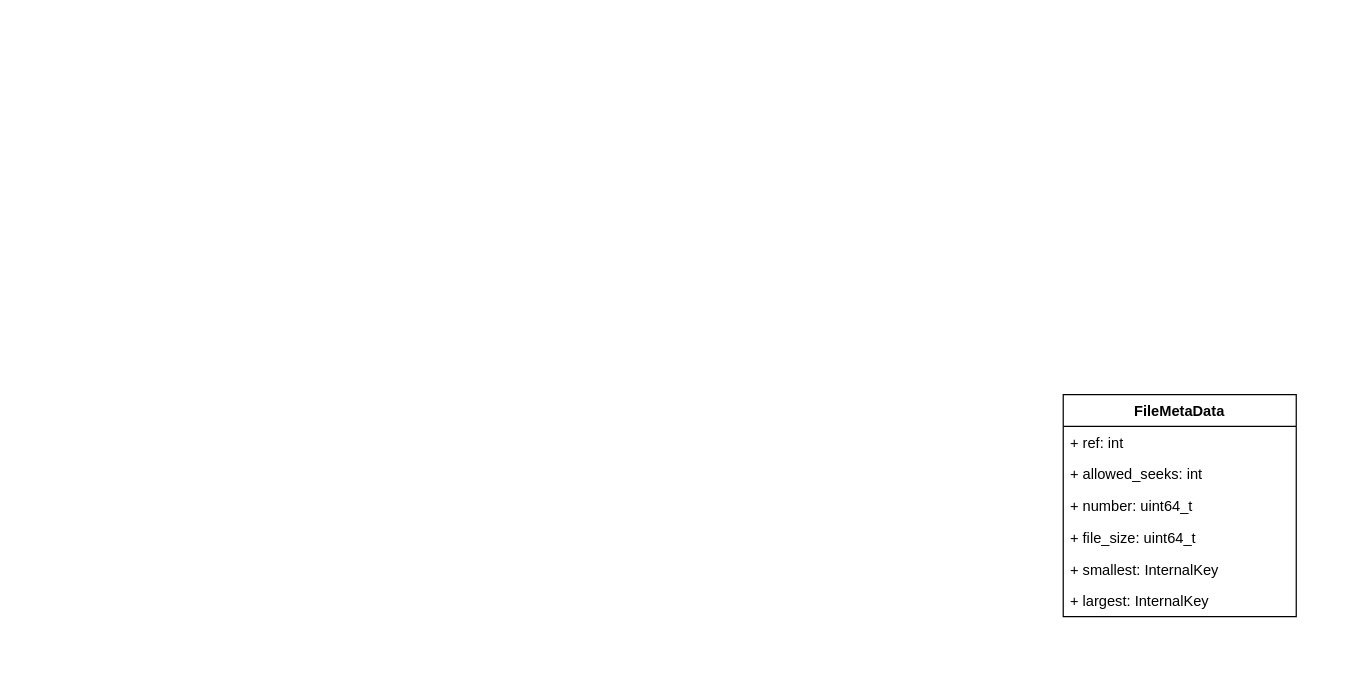
Earlier version of the draw.io diagram page "第 8 页" (8 of 8) of LevelDB Code.drawio (Holworth/DrawIO). Source tidied: cells renumbered, new cells numbered last; positions are measured from the earlier drawing's top-left corner, leaving out a move shared by most shapes. Both pictures are drawn from the tidied source at 122%, with x=0, y=0 at pixel (1063, 394).
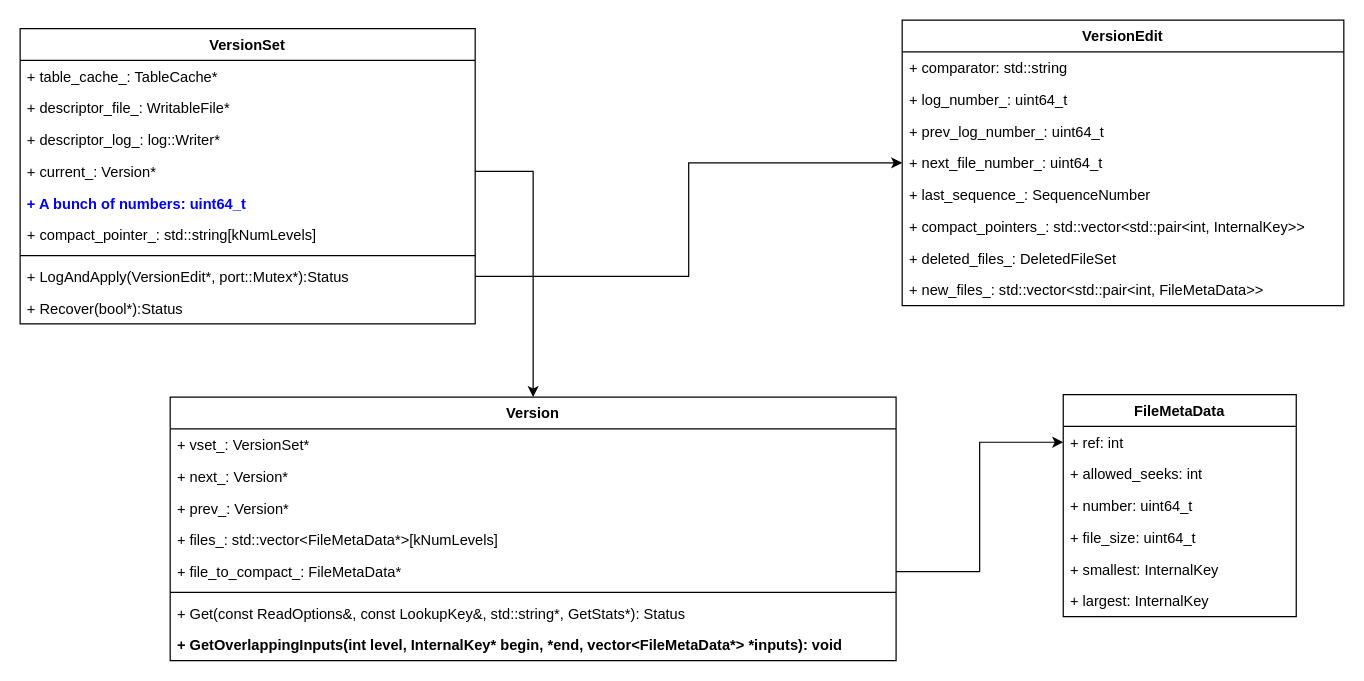
Above is the later version.

Unchanged cells that the change refers to:
```xml
<mxCell id="3" value="+ ref: int" style="text;strokeColor=none;fillColor=none;align=left;verticalAlign=top;spacingLeft=4;spacingRight=4;overflow=hidden;points=[[0,0.5],[1,0.5]];portConstraint=eastwest;" parent="2" vertex="1">
  <mxGeometry y="26" width="191" height="26" as="geometry" />
</mxCell>
```

What changed in the source:
```diff
@@
+    <mxCell id="9" value="Version" style="swimlane;fontStyle=1;align=center;verticalAlign=top;horizontal=1;startSize=26;" parent="1" vertex="1">
+      <mxGeometry x="-732" y="2" width="595" height="216" as="geometry" />
+    </mxCell>
+    <mxCell id="10" value="+ vset_: VersionSet*" style="text;strokeColor=none;fillColor=none;align=left;verticalAlign=top;spacingLeft=4;spacingRight=4;overflow=hidden;" parent="9" vertex="1">
+      <mxGeometry y="26" width="595" height="26" as="geometry" />
+    </mxCell>
+    <mxCell id="11" value="+ next_: Version*" style="text;strokeColor=none;fillColor=none;align=left;verticalAlign=top;spacingLeft=4;spacingRight=4;overflow=hidden;" parent="9" vertex="1">
+      <mxGeometry y="52" width="595" height="26" as="geometry" />
+    </mxCell>
+    <mxCell id="12" value="+ prev_: Version*" style="text;strokeColor=none;fillColor=none;align=left;verticalAlign=top;spacingLeft=4;spacingRight=4;overflow=hidden;" parent="9" vertex="1">
+      <mxGeometry y="78" width="595" height="26" as="geometry" />
+    </mxCell>
+    <mxCell id="13" value="+ files_: std::vector&lt;FileMetaData*&gt;[kNumLevels]" style="text;strokeColor=none;fillColor=none;align=left;verticalAlign=top;spacingLeft=4;spacingRight=4;overflow=hidden;" parent="9" vertex="1">
+      <mxGeometry y="104" width="595" height="26" as="geometry" />
+    </mxCell>
+    <mxCell id="14" value="+ file_to_compact_: FileMetaData*" style="text;strokeColor=none;fillColor=none;align=left;verticalAlign=top;spacingLeft=4;spacingRight=4;overflow=hidden;points=[[0,0.5],[1,0.5]];portConstraint=eastwest;" parent="9" vertex="1">
+      <mxGeometry y="130" width="595" height="26" as="geometry" />
+    </mxCell>
+    <mxCell id="15" style="line;strokeWidth=1;fillColor=none;align=left;verticalAlign=middle;spacingTop=-1;spacingLeft=3;spacingRight=3;labelPosition=right;strokeColor=inherit;" parent="9" vertex="1">
+      <mxGeometry y="156" width="595" height="8" as="geometry" />
+    </mxCell>
+    <mxCell id="16" value="+ Get(const ReadOptions&amp;, const LookupKey&amp;, std::string*, GetStats*): Status" style="text;strokeColor=none;fillColor=none;align=left;verticalAlign=top;spacingLeft=4;spacingRight=4;overflow=hidden;" parent="9" vertex="1">
+      <mxGeometry y="164" width="595" height="26" as="geometry" />
+    </mxCell>
+    <mxCell id="17" value="+ GetOverlappingInputs(int level, InternalKey* begin, *end, vector&lt;FileMetaData*&gt; *inputs): void" style="text;strokeColor=none;fillColor=none;align=left;verticalAlign=top;spacingLeft=4;spacingRight=4;overflow=hidden;fontStyle=1;" parent="9" vertex="1">
+      <mxGeometry y="190" width="595" height="26" as="geometry" />
+    </mxCell>
+    <mxCell id="18" style="edgeStyle=orthogonalEdgeStyle;rounded=0;jettySize=auto;html=1;entryX=0;entryY=0.5;entryDx=0;entryDy=0;" parent="1" edge="1" source="14" target="3">
+      <mxGeometry relative="1" as="geometry" />
+    </mxCell>
+    <mxCell id="19" value="VersionSet" style="swimlane;fontStyle=1;align=center;verticalAlign=top;horizontal=1;startSize=26;" parent="1" vertex="1">
+      <mxGeometry x="-855" y="-300" width="373" height="242" as="geometry" />
+    </mxCell>
+    <mxCell id="20" value="+ table_cache_: TableCache*" style="text;strokeColor=none;fillColor=none;align=left;verticalAlign=top;spacingLeft=4;spacingRight=4;overflow=hidden;" parent="19" vertex="1">
+      <mxGeometry y="26" width="373" height="26" as="geometry" />
+    </mxCell>
+    <mxCell id="21" value="+ descriptor_file_: WritableFile*" style="text;strokeColor=none;fillColor=none;align=left;verticalAlign=top;spacingLeft=4;spacingRight=4;overflow=hidden;" parent="19" vertex="1">
+      <mxGeometry y="52" width="373" height="26" as="geometry" />
+    </mxCell>
+    <mxCell id="22" value="+ descriptor_log_: log::Writer*" style="text;strokeColor=none;fillColor=none;align=left;verticalAlign=top;spacingLeft=4;spacingRight=4;overflow=hidden;" parent="19" vertex="1">
+      <mxGeometry y="78" width="373" height="26" as="geometry" />
+    </mxCell>
+    <mxCell id="23" value="+ current_: Version*" style="text;strokeColor=none;fillColor=none;align=left;verticalAlign=top;spacingLeft=4;spacingRight=4;overflow=hidden;points=[[0,0.5],[1,0.5]];portConstraint=eastwest;" parent="19" vertex="1">
+      <mxGeometry y="104" width="373" height="26" as="geometry" />
+    </mxCell>
+    <mxCell id="24" value="+ A bunch of numbers: uint64_t" style="text;strokeColor=none;fillColor=none;align=left;verticalAlign=top;spacingLeft=4;spacingRight=4;overflow=hidden;fontStyle=1;fontColor=#0000FF;" parent="19" vertex="1">
+      <mxGeometry y="130" width="373" height="26" as="geometry" />
+    </mxCell>
+    <mxCell id="25" value="+ compact_pointer_: std::string[kNumLevels]" style="text;strokeColor=none;fillColor=none;align=left;verticalAlign=top;spacingLeft=4;spacingRight=4;overflow=hidden;" parent="19" vertex="1">
+      <mxGeometry y="156" width="373" height="26" as="geometry" />
+    </mxCell>
+    <mxCell id="26" style="line;strokeWidth=1;fillColor=none;align=left;verticalAlign=middle;spacingTop=-1;spacingLeft=3;spacingRight=3;labelPosition=right;strokeColor=inherit;" parent="19" vertex="1">
+      <mxGeometry y="182" width="373" height="8" as="geometry" />
+    </mxCell>
+    <mxCell id="27" value="+ LogAndApply(VersionEdit*, port::Mutex*):Status " style="text;strokeColor=none;fillColor=none;align=left;verticalAlign=top;spacingLeft=4;spacingRight=4;overflow=hidden;points=[[0,0.5],[1,0.5]];portConstraint=eastwest;" parent="19" vertex="1">
+      <mxGeometry y="190" width="373" height="26" as="geometry" />
+    </mxCell>
+    <mxCell id="28" value="+ Recover(bool*):Status " style="text;strokeColor=none;fillColor=none;align=left;verticalAlign=top;spacingLeft=4;spacingRight=4;overflow=hidden;" parent="19" vertex="1">
+      <mxGeometry y="216" width="373" height="26" as="geometry" />
+    </mxCell>
+    <mxCell id="29" style="edgeStyle=orthogonalEdgeStyle;rounded=0;jettySize=auto;html=1;" parent="1" edge="1" source="23" target="9">
+      <mxGeometry relative="1" as="geometry" />
+    </mxCell>
+    <mxCell id="30" value="VersionEdit" style="swimlane;fontStyle=1;horizontal=1;startSize=26;fillColor=none;" parent="1" vertex="1">
+      <mxGeometry x="-132" y="-307" width="362" height="234" as="geometry" />
+    </mxCell>
+    <mxCell id="31" value="+ comparator: std::string" style="text;strokeColor=none;fillColor=none;align=left;verticalAlign=top;spacingLeft=4;spacingRight=4;overflow=hidden;" parent="30" vertex="1">
+      <mxGeometry y="26" width="362" height="26" as="geometry" />
+    </mxCell>
+    <mxCell id="32" value="+ log_number_: uint64_t" style="text;strokeColor=none;fillColor=none;align=left;verticalAlign=top;spacingLeft=4;spacingRight=4;overflow=hidden;" parent="30" vertex="1">
+      <mxGeometry y="52" width="362" height="26" as="geometry" />
+    </mxCell>
+    <mxCell id="33" value="+ prev_log_number_: uint64_t" style="text;strokeColor=none;fillColor=none;align=left;verticalAlign=top;spacingLeft=4;spacingRight=4;overflow=hidden;" parent="30" vertex="1">
+      <mxGeometry y="78" width="362" height="26" as="geometry" />
+    </mxCell>
+    <mxCell id="34" value="+ next_file_number_: uint64_t" style="text;strokeColor=none;fillColor=none;align=left;verticalAlign=top;spacingLeft=4;spacingRight=4;overflow=hidden;points=[[0,0.5],[1,0.5]];portConstraint=eastwest;" parent="30" vertex="1">
+      <mxGeometry y="104" width="362" height="26" as="geometry" />
+    </mxCell>
+    <mxCell id="35" value="+ last_sequence_: SequenceNumber" style="text;strokeColor=none;fillColor=none;align=left;verticalAlign=top;spacingLeft=4;spacingRight=4;overflow=hidden;" parent="30" vertex="1">
+      <mxGeometry y="130" width="362" height="26" as="geometry" />
+    </mxCell>
+    <mxCell id="36" value="+ compact_pointers_: std::vector&lt;std::pair&lt;int, InternalKey&gt;&gt;" style="text;strokeColor=none;fillColor=none;align=left;verticalAlign=top;spacingLeft=4;spacingRight=4;overflow=hidden;" parent="30" vertex="1">
+      <mxGeometry y="156" width="362" height="26" as="geometry" />
+    </mxCell>
+    <mxCell id="37" value="+ deleted_files_: DeletedFileSet" style="text;strokeColor=none;fillColor=none;align=left;verticalAlign=top;spacingLeft=4;spacingRight=4;overflow=hidden;" parent="30" vertex="1">
+      <mxGeometry y="182" width="362" height="26" as="geometry" />
+    </mxCell>
+    <mxCell id="38" value="+ new_files_: std::vector&lt;std::pair&lt;int, FileMetaData&gt;&gt;" style="text;strokeColor=none;fillColor=none;align=left;verticalAlign=top;spacingLeft=4;spacingRight=4;overflow=hidden;" parent="30" vertex="1">
+      <mxGeometry y="208" width="362" height="26" as="geometry" />
+    </mxCell>
+    <mxCell id="39" style="edgeStyle=orthogonalEdgeStyle;rounded=0;jettySize=auto;html=1;entryX=0;entryY=0.5;entryDx=0;entryDy=0;" parent="1" edge="1" source="27" target="34">
+      <mxGeometry relative="1" as="geometry" />
+    </mxCell>
```
